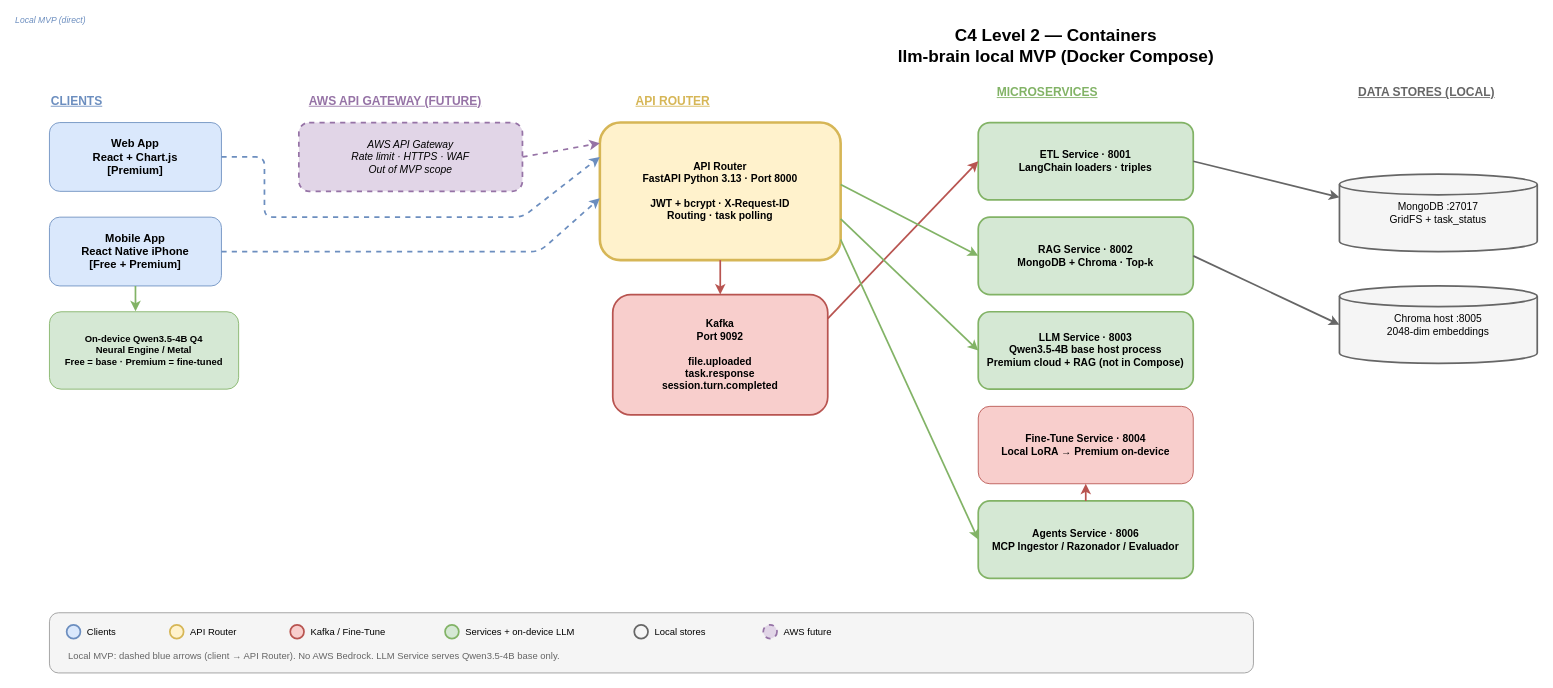
Before: openspec/changes/objective-1-0-architecture-repo/output/diagrams/c4-container.drawio in da-ros/llm-brain, a draw.io diagram. Source tidied: cells renumbered, new cells numbered last; positions are measured from the earlier drawing's top-left corner, leaving out a move shared by most shapes. Both pictures are drawn from the tidied source at 86%, with x=0, y=0 at pixel (49, 19).
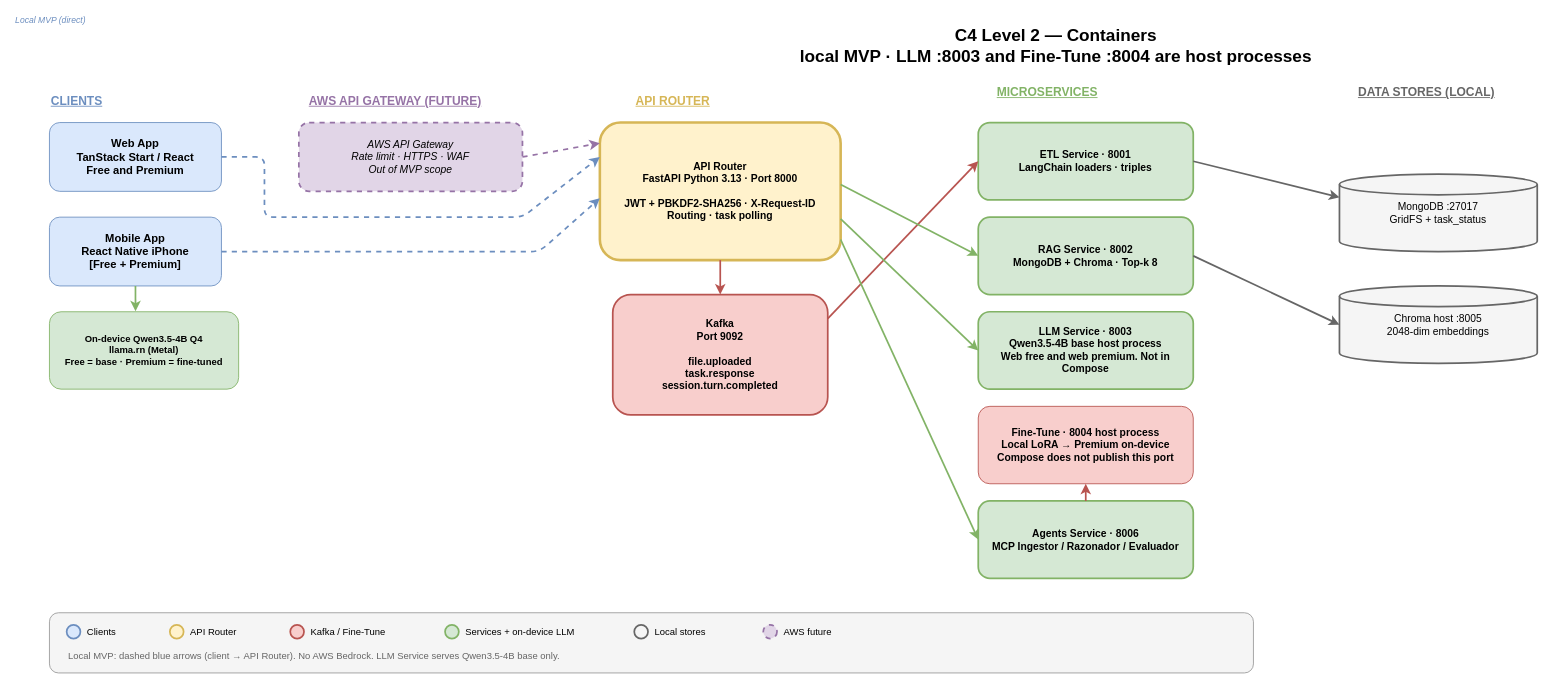
Above is the later version.

What changed in the source:
```diff
@@
-    <mxCell id="2" value="C4 Level 2 — Containers&#10;llm-brain local MVP (Docker Compose)" style="text;html=1;align=center;verticalAlign=middle;strokeColor=none;fillColor=none;fontSize=20;fontStyle=1;" parent="1" vertex="1">
+    <mxCell id="2" value="C4 Level 2 — Containers&#10;local MVP · LLM :8003 and Fine-Tune :8004 are host processes" style="text;html=1;align=center;verticalAlign=middle;strokeColor=none;fillColor=none;fontSize=20;fontStyle=1;" parent="1" vertex="1">
       <mxGeometry x="820" width="700" height="60" as="geometry" />
     </mxCell>
@@
-    <mxCell id="4" value="Web App&#10;React + Chart.js&#10;[Premium]" style="rounded=1;whiteSpace=wrap;html=1;fillColor=#dae8fc;strokeColor=#6c8ebf;fontSize=13;fontStyle=1;" parent="1" vertex="1">
+    <mxCell id="4" value="Web App&#10;TanStack Start / React&#10;Free and Premium" style="rounded=1;whiteSpace=wrap;html=1;fillColor=#dae8fc;strokeColor=#6c8ebf;fontSize=13;fontStyle=1;" parent="1" vertex="1">
       <mxGeometry y="120" width="200" height="80" as="geometry" />
     </mxCell>
@@
-    <mxCell id="6" value="On-device Qwen3.5-4B Q4&#10;Neural Engine / Metal&#10;Free = base · Premium = fine-tuned" style="rounded=1;whiteSpace=wrap;html=1;fillColor=#d5e8d4;strokeColor=#82b366;fontSize=11;fontStyle=1;" parent="1" vertex="1">
+    <mxCell id="6" value="On-device Qwen3.5-4B Q4&#10;llama.rn (Metal)&#10;Free = base · Premium = fine-tuned" style="rounded=1;whiteSpace=wrap;html=1;fillColor=#d5e8d4;strokeColor=#82b366;fontSize=11;fontStyle=1;" parent="1" vertex="1">
       <mxGeometry y="340" width="220" height="90" as="geometry" />
     </mxCell>
@@
-    <mxCell id="10" value="API Router&#10;FastAPI Python 3.13 · Port 8000&#10;&#10;JWT + bcrypt · X-Request-ID&#10;Routing · task polling" style="rounded=1;whiteSpace=wrap;html=1;fillColor=#fff2cc;strokeColor=#d6b656;fontSize=12;fontStyle=1;strokeWidth=3;" parent="1" vertex="1">
+    <mxCell id="10" value="API Router&#10;FastAPI Python 3.13 · Port 8000&#10;&#10;JWT + PBKDF2-SHA256 · X-Request-ID&#10;Routing · task polling" style="rounded=1;whiteSpace=wrap;html=1;fillColor=#fff2cc;strokeColor=#d6b656;fontSize=12;fontStyle=1;strokeWidth=3;" parent="1" vertex="1">
       <mxGeometry x="640" y="120" width="280" height="160" as="geometry" />
     </mxCell>
@@
-    <mxCell id="14" value="RAG Service · 8002&#10;MongoDB + Chroma · Top-k" style="rounded=1;whiteSpace=wrap;html=1;fillColor=#d5e8d4;strokeColor=#82b366;fontSize=12;fontStyle=1;strokeWidth=2;" parent="1" vertex="1">
+    <mxCell id="14" value="RAG Service · 8002&#10;MongoDB + Chroma · Top-k 8" style="rounded=1;whiteSpace=wrap;html=1;fillColor=#d5e8d4;strokeColor=#82b366;fontSize=12;fontStyle=1;strokeWidth=2;" parent="1" vertex="1">
       <mxGeometry x="1080" y="230" width="250" height="90" as="geometry" />
     </mxCell>
-    <mxCell id="15" value="LLM Service · 8003&#10;Qwen3.5-4B base host process&#10;Premium cloud + RAG (not in Compose)" style="rounded=1;whiteSpace=wrap;html=1;fillColor=#d5e8d4;strokeColor=#82b366;fontSize=12;fontStyle=1;strokeWidth=2;" parent="1" vertex="1">
+    <mxCell id="15" value="LLM Service · 8003&#10;Qwen3.5-4B base host process&#10;Web free and web premium. Not in Compose" style="rounded=1;whiteSpace=wrap;html=1;fillColor=#d5e8d4;strokeColor=#82b366;fontSize=12;fontStyle=1;strokeWidth=2;" parent="1" vertex="1">
       <mxGeometry x="1080" y="340" width="250" height="90" as="geometry" />
     </mxCell>
-    <mxCell id="16" value="Fine-Tune Service · 8004&#10;Local LoRA → Premium on-device" style="rounded=1;whiteSpace=wrap;html=1;fillColor=#f8cecc;strokeColor=#b85450;fontSize=12;fontStyle=1;" parent="1" vertex="1">
+    <mxCell id="16" value="Fine-Tune · 8004 host process&#10;Local LoRA → Premium on-device&#10;Compose does not publish this port" style="rounded=1;whiteSpace=wrap;html=1;fillColor=#f8cecc;strokeColor=#b85450;fontSize=12;fontStyle=1;" parent="1" vertex="1">
       <mxGeometry x="1080" y="450" width="250" height="90" as="geometry" />
     </mxCell>
```
